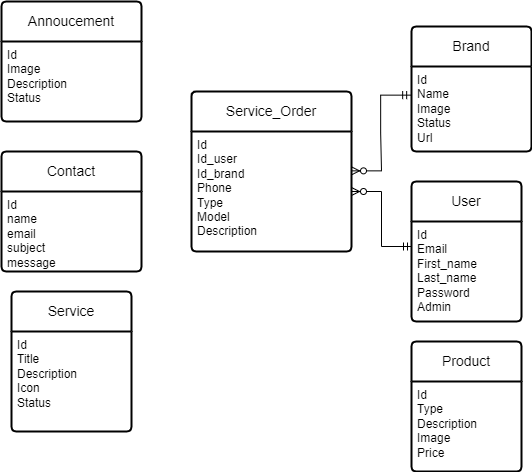
The draw.io diagram server/src/diagrams/conceptualModel.png in ThiagoIanuch/Casa-do-Microondas, before a commit. Source tidied: cells renumbered, new cells last; positions are measured from the earlier drawing's top-left corner, leaving out a move shared by most shapes.
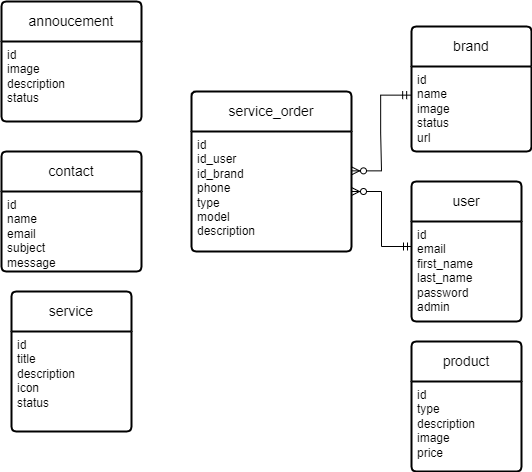
Later version of the same file.

Commit message:
Atualização no padrão de nomenclatura dos diagramas

Diff of the diagram source:
```diff
@@ -2,40 +2,40 @@
   <root>
     <mxCell id="0" />
     <mxCell id="1" parent="0" />
-    <mxCell id="2" value="Annoucement" style="swimlane;horizontal=1;startSize=40;rounded=1;fontSize=14;fontStyle=0;strokeWidth=2;shadow=0;dashed=0;align=center;arcSize=4;whiteSpace=wrap;html=1;" parent="1" vertex="1">
+    <mxCell id="2" value="annoucement" style="swimlane;horizontal=1;startSize=40;rounded=1;fontSize=14;fontStyle=0;strokeWidth=2;shadow=0;dashed=0;align=center;arcSize=4;whiteSpace=wrap;html=1;" parent="1" vertex="1">
       <mxGeometry width="140" height="120" as="geometry" />
     </mxCell>
-    <mxCell id="3" value="Id&lt;div&gt;Image&lt;/div&gt;&lt;div&gt;Description&lt;/div&gt;&lt;div&gt;Status&lt;/div&gt;" style="align=left;strokeColor=none;fillColor=none;spacingLeft=4;fontSize=12;verticalAlign=top;html=1;" parent="2" vertex="1">
+    <mxCell id="3" value="id&lt;div&gt;image&lt;/div&gt;&lt;div&gt;description&lt;/div&gt;&lt;div&gt;status&lt;/div&gt;" style="align=left;strokeColor=none;fillColor=none;spacingLeft=4;fontSize=12;verticalAlign=top;html=1;" parent="2" vertex="1">
       <mxGeometry y="40" width="140" height="80" as="geometry" />
     </mxCell>
-    <mxCell id="4" value="Product" style="swimlane;horizontal=1;startSize=40;rounded=1;fontSize=14;fontStyle=0;strokeWidth=2;shadow=0;dashed=0;align=center;arcSize=4;whiteSpace=wrap;html=1;" parent="1" vertex="1">
+    <mxCell id="4" value="product" style="swimlane;horizontal=1;startSize=40;rounded=1;fontSize=14;fontStyle=0;strokeWidth=2;shadow=0;dashed=0;align=center;arcSize=4;whiteSpace=wrap;html=1;" parent="1" vertex="1">
       <mxGeometry x="410" y="340" width="110" height="130" as="geometry" />
     </mxCell>
-    <mxCell id="5" value="Id&lt;div&gt;Type&lt;/div&gt;&lt;div&gt;Description&lt;br&gt;&lt;/div&gt;&lt;div&gt;Image&lt;/div&gt;&lt;div&gt;Price&lt;/div&gt;" style="align=left;strokeColor=none;fillColor=none;spacingLeft=4;fontSize=12;verticalAlign=top;html=1;" parent="4" vertex="1">
+    <mxCell id="5" value="id&lt;div&gt;type&lt;/div&gt;&lt;div&gt;description&lt;br&gt;&lt;/div&gt;&lt;div&gt;image&lt;/div&gt;&lt;div&gt;price&lt;/div&gt;" style="align=left;strokeColor=none;fillColor=none;spacingLeft=4;fontSize=12;verticalAlign=top;html=1;" parent="4" vertex="1">
       <mxGeometry y="40" width="110" height="90" as="geometry" />
     </mxCell>
-    <mxCell id="6" value="Brand" style="swimlane;horizontal=1;startSize=40;rounded=1;fontSize=14;fontStyle=0;strokeWidth=2;shadow=0;dashed=0;align=center;arcSize=4;whiteSpace=wrap;html=1;" parent="1" vertex="1">
+    <mxCell id="6" value="brand" style="swimlane;horizontal=1;startSize=40;rounded=1;fontSize=14;fontStyle=0;strokeWidth=2;shadow=0;dashed=0;align=center;arcSize=4;whiteSpace=wrap;html=1;" parent="1" vertex="1">
       <mxGeometry x="410" y="25" width="120" height="125" as="geometry" />
     </mxCell>
-    <mxCell id="7" value="Id&lt;div&gt;Name&lt;/div&gt;&lt;div&gt;Image&lt;/div&gt;&lt;div&gt;Status&lt;/div&gt;&lt;div&gt;Url&lt;/div&gt;" style="align=left;strokeColor=none;fillColor=none;spacingLeft=4;fontSize=12;verticalAlign=top;html=1;" parent="6" vertex="1">
+    <mxCell id="7" value="id&lt;div&gt;name&lt;/div&gt;&lt;div&gt;image&lt;/div&gt;&lt;div&gt;status&lt;/div&gt;&lt;div&gt;&lt;span style=&quot;background-color: initial;&quot;&gt;url&lt;/span&gt;&lt;/div&gt;" style="align=left;strokeColor=none;fillColor=none;spacingLeft=4;fontSize=12;verticalAlign=top;html=1;" parent="6" vertex="1">
       <mxGeometry y="40" width="120" height="85" as="geometry" />
     </mxCell>
-    <mxCell id="8" value="Service" style="swimlane;horizontal=1;startSize=40;rounded=1;fontSize=14;fontStyle=0;strokeWidth=2;shadow=0;dashed=0;align=center;arcSize=4;whiteSpace=wrap;html=1;" parent="1" vertex="1">
+    <mxCell id="8" value="service" style="swimlane;horizontal=1;startSize=40;rounded=1;fontSize=14;fontStyle=0;strokeWidth=2;shadow=0;dashed=0;align=center;arcSize=4;whiteSpace=wrap;html=1;" parent="1" vertex="1">
       <mxGeometry x="10" y="290" width="120" height="140" as="geometry" />
     </mxCell>
-    <mxCell id="9" value="Id&lt;div&gt;Title&lt;/div&gt;&lt;div&gt;Description&lt;br&gt;&lt;/div&gt;&lt;div&gt;Icon&lt;/div&gt;&lt;div&gt;Status&lt;/div&gt;" style="align=left;strokeColor=none;fillColor=none;spacingLeft=4;fontSize=12;verticalAlign=top;html=1;" parent="8" vertex="1">
+    <mxCell id="9" value="id&lt;div&gt;title&lt;/div&gt;&lt;div&gt;description&lt;br&gt;&lt;/div&gt;&lt;div&gt;icon&lt;/div&gt;&lt;div&gt;status&lt;/div&gt;" style="align=left;strokeColor=none;fillColor=none;spacingLeft=4;fontSize=12;verticalAlign=top;html=1;" parent="8" vertex="1">
       <mxGeometry y="40" width="120" height="100" as="geometry" />
     </mxCell>
-    <mxCell id="10" value="User" style="swimlane;horizontal=1;startSize=40;rounded=1;fontSize=14;fontStyle=0;strokeWidth=2;shadow=0;dashed=0;align=center;arcSize=4;whiteSpace=wrap;html=1;" parent="1" vertex="1">
+    <mxCell id="10" value="user" style="swimlane;horizontal=1;startSize=40;rounded=1;fontSize=14;fontStyle=0;strokeWidth=2;shadow=0;dashed=0;align=center;arcSize=4;whiteSpace=wrap;html=1;" parent="1" vertex="1">
       <mxGeometry x="410" y="180" width="110" height="140" as="geometry" />
     </mxCell>
-    <mxCell id="11" value="Id&lt;div&gt;Email&lt;/div&gt;&lt;div&gt;First_name&lt;/div&gt;&lt;div&gt;Last_name&lt;/div&gt;&lt;div&gt;Password&lt;/div&gt;&lt;div&gt;Admin&lt;/div&gt;" style="align=left;strokeColor=none;fillColor=none;spacingLeft=4;fontSize=12;verticalAlign=top;html=1;" parent="10" vertex="1">
+    <mxCell id="11" value="id&lt;div&gt;email&lt;/div&gt;&lt;div&gt;first_name&lt;/div&gt;&lt;div&gt;last_name&lt;/div&gt;&lt;div&gt;password&lt;/div&gt;&lt;div&gt;admin&lt;/div&gt;" style="align=left;strokeColor=none;fillColor=none;spacingLeft=4;fontSize=12;verticalAlign=top;html=1;" parent="10" vertex="1">
       <mxGeometry y="40" width="110" height="100" as="geometry" />
     </mxCell>
-    <mxCell id="12" value="Service_Order" style="swimlane;horizontal=1;startSize=40;rounded=1;fontSize=14;fontStyle=0;strokeWidth=2;shadow=0;dashed=0;align=center;arcSize=4;whiteSpace=wrap;html=1;" parent="1" vertex="1">
+    <mxCell id="12" value="service_order" style="swimlane;horizontal=1;startSize=40;rounded=1;fontSize=14;fontStyle=0;strokeWidth=2;shadow=0;dashed=0;align=center;arcSize=4;whiteSpace=wrap;html=1;" parent="1" vertex="1">
       <mxGeometry x="190" y="90" width="160" height="160" as="geometry" />
     </mxCell>
-    <mxCell id="13" value="Id&lt;div&gt;Id_user&lt;/div&gt;&lt;div&gt;Id_brand&lt;/div&gt;&lt;div&gt;Phone&lt;/div&gt;&lt;div&gt;Type&lt;/div&gt;&lt;div&gt;Model&lt;/div&gt;&lt;div&gt;Description&lt;/div&gt;" style="align=left;strokeColor=none;fillColor=none;spacingLeft=4;fontSize=12;verticalAlign=top;html=1;" parent="12" vertex="1">
+    <mxCell id="13" value="id&lt;div&gt;id_user&lt;/div&gt;&lt;div&gt;id_brand&lt;/div&gt;&lt;div&gt;phone&lt;/div&gt;&lt;div&gt;type&lt;/div&gt;&lt;div&gt;model&lt;/div&gt;&lt;div&gt;description&lt;/div&gt;" style="align=left;strokeColor=none;fillColor=none;spacingLeft=4;fontSize=12;verticalAlign=top;html=1;" parent="12" vertex="1">
       <mxGeometry y="40" width="160" height="120" as="geometry" />
     </mxCell>
     <mxCell id="14" style="edgeStyle=entityRelationEdgeStyle;fontSize=12;html=1;endArrow=ERzeroToMany;startArrow=ERmandOne;rounded=0;exitX=0;exitY=0.25;exitDx=0;exitDy=0;entryX=1;entryY=0.5;entryDx=0;entryDy=0;" parent="1" edge="1" source="11" target="13">
@@ -44,10 +44,10 @@
     <mxCell id="15" style="edgeStyle=entityRelationEdgeStyle;fontSize=12;html=1;endArrow=ERzeroToMany;startArrow=ERmandOne;rounded=0;exitX=-0.007;exitY=0.337;exitDx=0;exitDy=0;entryX=1;entryY=0.328;entryDx=0;entryDy=0;exitPerimeter=0;entryPerimeter=0;" parent="1" edge="1" source="7" target="13">
       <mxGeometry relative="1" as="geometry" />
     </mxCell>
-    <mxCell id="16" value="Contact" style="swimlane;horizontal=1;startSize=40;rounded=1;fontSize=14;fontStyle=0;strokeWidth=2;shadow=0;dashed=0;align=center;arcSize=4;whiteSpace=wrap;html=1;" parent="1" vertex="1">
+    <mxCell id="16" value="contact" style="swimlane;horizontal=1;startSize=40;rounded=1;fontSize=14;fontStyle=0;strokeWidth=2;shadow=0;dashed=0;align=center;arcSize=4;whiteSpace=wrap;html=1;" parent="1" vertex="1">
       <mxGeometry y="150" width="140" height="120" as="geometry" />
     </mxCell>
-    <mxCell id="17" value="Id&lt;div&gt;name&lt;/div&gt;&lt;div&gt;email&lt;/div&gt;&lt;div&gt;subject&lt;/div&gt;&lt;div&gt;message&lt;/div&gt;" style="align=left;strokeColor=none;fillColor=none;spacingLeft=4;fontSize=12;verticalAlign=top;html=1;" parent="16" vertex="1">
+    <mxCell id="17" value="id&lt;div&gt;name&lt;/div&gt;&lt;div&gt;email&lt;/div&gt;&lt;div&gt;subject&lt;/div&gt;&lt;div&gt;message&lt;/div&gt;" style="align=left;strokeColor=none;fillColor=none;spacingLeft=4;fontSize=12;verticalAlign=top;html=1;" parent="16" vertex="1">
       <mxGeometry y="40" width="140" height="80" as="geometry" />
     </mxCell>
   </root>
```
